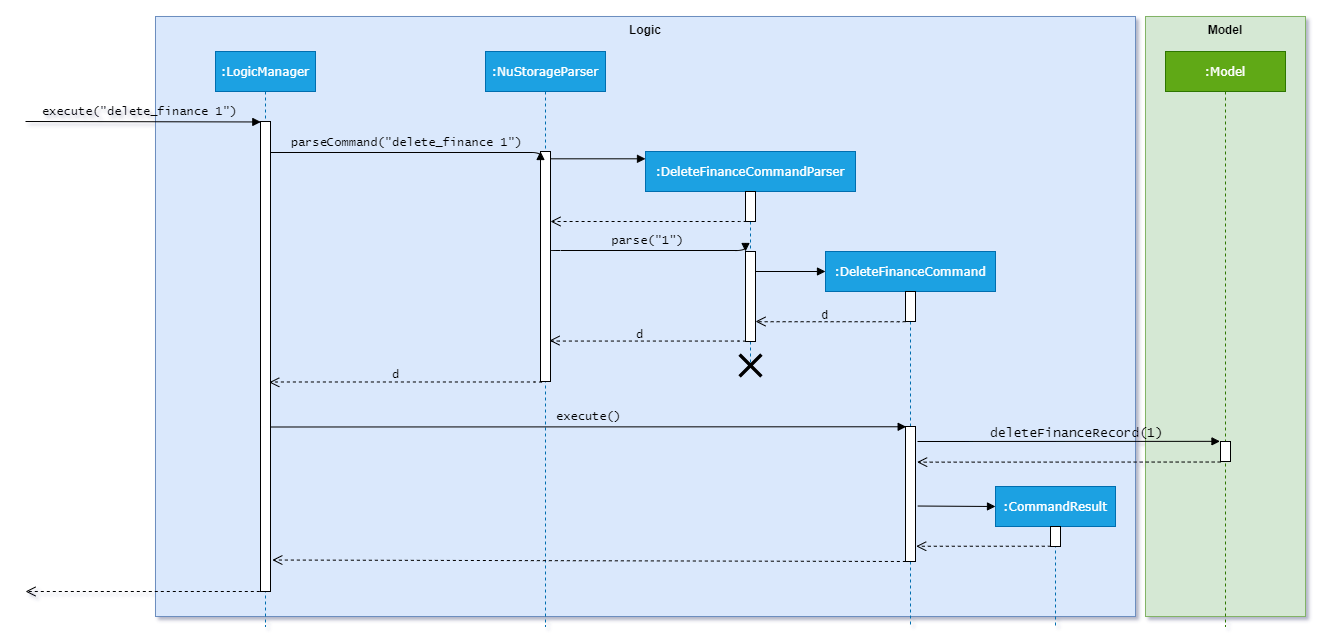
Above: docs/images/DeleteFinanceSequenceDiagram.png in nus-cs2103-AY2021S1/tp (draw.io), before the change. Source tidied: cells renumbered, new cells last; positions are measured from the earlier drawing's top-left corner, leaving out a move shared by most shapes.
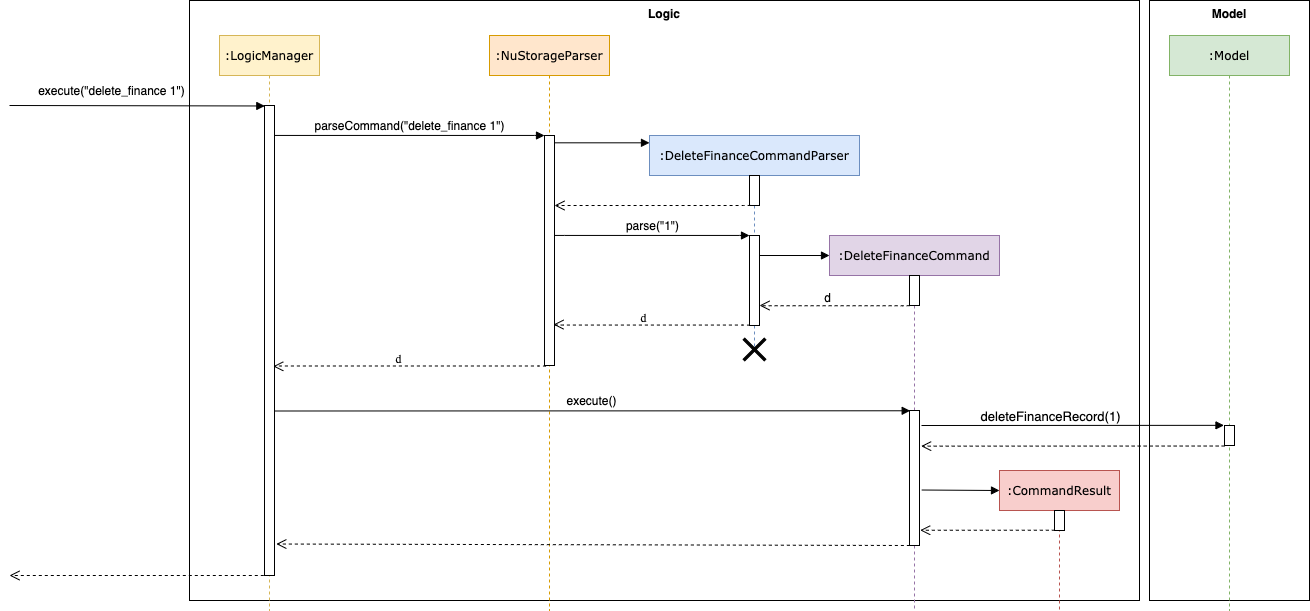
After the change.

Commit message:
Clean up diagrams

Change to the diagram source:
```diff
@@ -2,19 +2,19 @@
   <root>
     <mxCell id="0" />
     <mxCell id="1" parent="0" />
-    <mxCell id="2" value="&lt;b&gt;Model&lt;/b&gt;" style="rounded=0;whiteSpace=wrap;html=1;labelPosition=center;verticalLabelPosition=middle;align=center;verticalAlign=top;fillColor=#d5e8d4;strokeColor=#82b366;" parent="1" vertex="1">
+    <mxCell id="2" value="&lt;b&gt;Model&lt;/b&gt;" style="rounded=0;whiteSpace=wrap;html=1;labelPosition=center;verticalLabelPosition=middle;align=center;verticalAlign=top;" parent="1" vertex="1">
       <mxGeometry x="1120" width="160" height="600" as="geometry" />
     </mxCell>
-    <mxCell id="3" value="&lt;b&gt;Logic&lt;/b&gt;" style="rounded=0;whiteSpace=wrap;html=1;labelPosition=center;verticalLabelPosition=middle;align=center;verticalAlign=top;fillColor=#dae8fc;strokeColor=#6c8ebf;" parent="1" vertex="1">
-      <mxGeometry x="130" width="980" height="600" as="geometry" />
+    <mxCell id="3" value="&lt;b&gt;Logic&lt;/b&gt;" style="rounded=0;whiteSpace=wrap;html=1;labelPosition=center;verticalLabelPosition=middle;align=center;verticalAlign=top;" parent="1" vertex="1">
+      <mxGeometry x="160" width="950" height="600" as="geometry" />
     </mxCell>
-    <mxCell id="4" value=":NuStorageParser" style="shape=umlLifeline;perimeter=lifelinePerimeter;whiteSpace=wrap;html=1;rounded=0;shadow=0;comic=0;labelBackgroundColor=none;strokeWidth=1;fontFamily=Verdana;fontSize=12;align=center;size=40;fillColor=#1ba1e2;strokeColor=#006EAF;fontColor=#ffffff;" parent="1" vertex="1">
+    <mxCell id="4" value=":NuStorageParser" style="shape=umlLifeline;perimeter=lifelinePerimeter;whiteSpace=wrap;html=1;rounded=0;shadow=0;comic=0;labelBackgroundColor=none;strokeWidth=1;fontFamily=Verdana;fontSize=12;align=center;size=40;fillColor=#ffe6cc;strokeColor=#d79b00;" parent="1" vertex="1">
       <mxGeometry x="460" y="35" width="120" height="575" as="geometry" />
     </mxCell>
     <mxCell id="5" style="html=1;points=[];perimeter=orthogonalPerimeter;rounded=0;shadow=0;comic=0;labelBackgroundColor=none;strokeWidth=1;fontFamily=Verdana;fontSize=12;align=center;" parent="4" vertex="1">
       <mxGeometry x="55" y="100" width="10" height="230" as="geometry" />
     </mxCell>
-    <mxCell id="6" value=":DeleteFinanceCommandParser" style="shape=umlLifeline;perimeter=lifelinePerimeter;whiteSpace=wrap;html=1;outlineConnect=0;rounded=0;shadow=0;comic=0;labelBackgroundColor=none;strokeWidth=1;fontFamily=Verdana;fontSize=12;align=center;fillColor=#1ba1e2;strokeColor=#006EAF;fontColor=#ffffff;" parent="1" vertex="1">
+    <mxCell id="6" value=":DeleteFinanceCommandParser" style="shape=umlLifeline;perimeter=lifelinePerimeter;whiteSpace=wrap;html=1;outlineConnect=0;rounded=0;shadow=0;comic=0;labelBackgroundColor=none;strokeWidth=1;fontFamily=Verdana;fontSize=12;align=center;fillColor=#dae8fc;strokeColor=#6c8ebf;" parent="1" vertex="1">
       <mxGeometry x="620" y="135" width="210" height="215" as="geometry" />
     </mxCell>
     <mxCell id="7" style="html=1;points=[];perimeter=orthogonalPerimeter;rounded=0;shadow=0;comic=0;labelBackgroundColor=none;strokeWidth=1;fontFamily=Verdana;fontSize=12;align=center;" parent="6" vertex="1">
@@ -23,26 +23,26 @@
     <mxCell id="8" style="html=1;points=[];perimeter=orthogonalPerimeter;rounded=0;shadow=0;comic=0;labelBackgroundColor=none;strokeWidth=1;fontFamily=Verdana;fontSize=12;align=center;" parent="6" vertex="1">
       <mxGeometry x="100" y="100" width="10" height="90" as="geometry" />
     </mxCell>
-    <mxCell id="9" value="&lt;font face=&quot;Lucida Console&quot;&gt;parse(&quot;1&quot;)&lt;/font&gt;" style="html=1;verticalAlign=bottom;endArrow=block;labelBackgroundColor=none;fontFamily=Verdana;fontSize=12;edgeStyle=elbowEdgeStyle;elbow=vertical;entryX=0;entryY=0;entryDx=0;entryDy=0;entryPerimeter=0;" parent="6" edge="1" target="8">
+    <mxCell id="9" value="&lt;font face=&quot;Helvetica&quot;&gt;parse(&quot;1&quot;)&lt;/font&gt;" style="html=1;verticalAlign=bottom;endArrow=block;labelBackgroundColor=none;fontFamily=Verdana;fontSize=12;edgeStyle=elbowEdgeStyle;elbow=vertical;entryX=0;entryY=0;entryDx=0;entryDy=0;entryPerimeter=0;" parent="6" edge="1" target="8">
       <mxGeometry relative="1" as="geometry">
         <mxPoint x="-95" y="100" as="sourcePoint" />
       </mxGeometry>
     </mxCell>
-    <mxCell id="10" value=":LogicManager" style="shape=umlLifeline;perimeter=lifelinePerimeter;whiteSpace=wrap;html=1;rounded=0;shadow=0;comic=0;labelBackgroundColor=none;strokeWidth=1;fontFamily=Verdana;fontSize=12;align=center;fillColor=#1ba1e2;strokeColor=#006EAF;fontColor=#ffffff;" parent="1" vertex="1">
+    <mxCell id="10" value=":LogicManager" style="shape=umlLifeline;perimeter=lifelinePerimeter;whiteSpace=wrap;html=1;rounded=0;shadow=0;comic=0;labelBackgroundColor=none;strokeWidth=1;fontFamily=Verdana;fontSize=12;align=center;fillColor=#fff2cc;strokeColor=#d6b656;" parent="1" vertex="1">
       <mxGeometry x="190" y="35" width="100" height="575" as="geometry" />
     </mxCell>
     <mxCell id="11" style="html=1;points=[];perimeter=orthogonalPerimeter;rounded=0;shadow=0;comic=0;labelBackgroundColor=none;strokeWidth=1;fontFamily=Verdana;fontSize=12;align=center;" parent="10" vertex="1">
       <mxGeometry x="45" y="70" width="10" height="470" as="geometry" />
     </mxCell>
-    <mxCell id="12" value="&lt;font face=&quot;Lucida Console&quot;&gt;parseCommand(&quot;delete_finance&amp;nbsp;1&quot;)&lt;/font&gt;" style="html=1;verticalAlign=bottom;endArrow=block;entryX=0;entryY=0;labelBackgroundColor=none;fontFamily=Verdana;fontSize=12;edgeStyle=elbowEdgeStyle;elbow=vertical;" parent="1" edge="1" source="11" target="5">
+    <mxCell id="12" value="&lt;font face=&quot;Helvetica&quot;&gt;parseCommand(&quot;delete_finance&amp;nbsp;1&quot;)&lt;/font&gt;" style="html=1;verticalAlign=bottom;endArrow=block;entryX=0;entryY=0;labelBackgroundColor=none;fontFamily=Verdana;fontSize=12;edgeStyle=elbowEdgeStyle;elbow=vertical;" parent="1" edge="1" source="11" target="5">
       <mxGeometry relative="1" as="geometry" />
     </mxCell>
     <mxCell id="13" style="html=1;verticalAlign=bottom;endArrow=block;labelBackgroundColor=none;fontFamily=Verdana;fontSize=12;elbow=vertical;entryX=0;entryY=0.034;entryDx=0;entryDy=0;entryPerimeter=0;" parent="1" edge="1" source="5" target="6">
       <mxGeometry relative="1" as="geometry" />
     </mxCell>
-    <mxCell id="14" value="&lt;font face=&quot;Lucida Console&quot;&gt;execute(&quot;delete_finance 1&quot;)&lt;/font&gt;" style="html=1;verticalAlign=bottom;endArrow=block;labelBackgroundColor=none;fontFamily=Verdana;fontSize=12;elbow=vertical;entryX=0.032;entryY=0.001;entryDx=0;entryDy=0;entryPerimeter=0;" parent="1" edge="1" target="11">
-      <mxGeometry x="-0.03" relative="1" as="geometry">
-        <mxPoint y="105" as="sourcePoint" />
+    <mxCell id="14" value="&lt;font face=&quot;Helvetica&quot;&gt;execute(&quot;delete_finance 1&quot;)&lt;/font&gt;" style="html=1;verticalAlign=bottom;endArrow=block;labelBackgroundColor=none;fontFamily=Verdana;fontSize=12;elbow=vertical;entryX=0.032;entryY=0.001;entryDx=0;entryDy=0;entryPerimeter=0;" parent="1" edge="1" target="11">
+      <mxGeometry x="-0.2" y="5" relative="1" as="geometry">
+        <mxPoint x="-20" y="105" as="sourcePoint" />
       </mxGeometry>
     </mxCell>
     <mxCell id="15" style="html=1;verticalAlign=bottom;endArrow=open;dashed=1;endSize=8;labelBackgroundColor=none;fontFamily=Verdana;fontSize=12;edgeStyle=elbowEdgeStyle;elbow=vertical;exitX=0.095;exitY=0.992;exitDx=0;exitDy=0;exitPerimeter=0;" parent="1" edge="1" source="7" target="5">
@@ -53,7 +53,7 @@
         </Array>
       </mxGeometry>
     </mxCell>
-    <mxCell id="16" value=":DeleteFinanceCommand" style="shape=umlLifeline;perimeter=lifelinePerimeter;whiteSpace=wrap;html=1;rounded=0;shadow=0;comic=0;labelBackgroundColor=none;strokeWidth=1;fontFamily=Verdana;fontSize=12;align=center;fillColor=#1ba1e2;strokeColor=#006EAF;fontColor=#ffffff;" parent="1" vertex="1">
+    <mxCell id="16" value=":DeleteFinanceCommand" style="shape=umlLifeline;perimeter=lifelinePerimeter;whiteSpace=wrap;html=1;rounded=0;shadow=0;comic=0;labelBackgroundColor=none;strokeWidth=1;fontFamily=Verdana;fontSize=12;align=center;fillColor=#e1d5e7;strokeColor=#9673a6;" parent="1" vertex="1">
       <mxGeometry x="800" y="235" width="170" height="375" as="geometry" />
     </mxCell>
     <mxCell id="17" style="html=1;perimeter=orthogonalPerimeter;rounded=0;shadow=0;comic=0;labelBackgroundColor=none;strokeWidth=1;fontFamily=Verdana;fontSize=12;align=center;" parent="16" vertex="1">
@@ -104,10 +104,10 @@
     <mxCell id="25" value="&lt;font face=&quot;Lucida Console&quot; style=&quot;font-size: 12px&quot;&gt;d&lt;/font&gt;" style="edgeLabel;html=1;align=center;verticalAlign=bottom;labelPosition=center;verticalLabelPosition=top;labelBackgroundColor=none;" parent="24" vertex="1">
       <mxGeometry x="0.09" y="1" relative="1" as="geometry" />
     </mxCell>
-    <mxCell id="26" value="&lt;font face=&quot;Lucida Console&quot;&gt;execute()&lt;/font&gt;" style="html=1;verticalAlign=bottom;endArrow=block;labelBackgroundColor=none;fontFamily=Verdana;fontSize=12;elbow=vertical;exitX=0.969;exitY=0.65;exitDx=0;exitDy=0;exitPerimeter=0;entryX=0.068;entryY=0.002;entryDx=0;entryDy=0;entryPerimeter=0;" parent="1" edge="1" source="11" target="18">
+    <mxCell id="26" value="&lt;font face=&quot;Helvetica&quot;&gt;execute()&lt;/font&gt;" style="html=1;verticalAlign=bottom;endArrow=block;labelBackgroundColor=none;fontFamily=Verdana;fontSize=12;elbow=vertical;exitX=0.969;exitY=0.65;exitDx=0;exitDy=0;exitPerimeter=0;entryX=0.068;entryY=0.002;entryDx=0;entryDy=0;entryPerimeter=0;" parent="1" edge="1" source="11" target="18">
       <mxGeometry relative="1" as="geometry" />
     </mxCell>
-    <mxCell id="27" value=":Model" style="shape=umlLifeline;perimeter=lifelinePerimeter;whiteSpace=wrap;html=1;rounded=0;shadow=0;comic=0;labelBackgroundColor=none;strokeWidth=1;fontFamily=Verdana;fontSize=12;align=center;size=40;fillColor=#60a917;strokeColor=#2D7600;fontColor=#ffffff;" parent="1" vertex="1">
+    <mxCell id="27" value=":Model" style="shape=umlLifeline;perimeter=lifelinePerimeter;whiteSpace=wrap;html=1;rounded=0;shadow=0;comic=0;labelBackgroundColor=none;strokeWidth=1;fontFamily=Verdana;fontSize=12;align=center;size=40;fillColor=#d5e8d4;strokeColor=#82b366;" parent="1" vertex="1">
       <mxGeometry x="1140" y="35" width="120" height="575" as="geometry" />
     </mxCell>
     <mxCell id="28" style="html=1;points=[];perimeter=orthogonalPerimeter;rounded=0;shadow=0;comic=0;labelBackgroundColor=none;strokeWidth=1;fontFamily=Verdana;fontSize=12;align=center;" parent="27" vertex="1">
@@ -118,15 +118,15 @@
         <mxPoint x="892" y="425" as="sourcePoint" />
       </mxGeometry>
     </mxCell>
-    <mxCell id="30" value="&lt;font face=&quot;Lucida Console&quot;&gt;deleteFinanceRecord(1)&lt;/font&gt;" style="edgeLabel;html=1;align=center;verticalAlign=bottom;fontSize=13.0667;labelBackgroundColor=none;labelPosition=center;verticalLabelPosition=top;" parent="29" vertex="1">
+    <mxCell id="30" value="deleteFinanceRecord(1)" style="edgeLabel;html=1;align=center;verticalAlign=bottom;fontSize=13.0667;labelBackgroundColor=none;labelPosition=center;verticalLabelPosition=top;" parent="29" vertex="1">
       <mxGeometry x="-0.23" y="-1" relative="1" as="geometry">
-        <mxPoint x="41.5" y="-0.9" as="offset" />
+        <mxPoint x="12" y="-0.9" as="offset" />
       </mxGeometry>
     </mxCell>
     <mxCell id="31" style="html=1;verticalAlign=bottom;endArrow=open;dashed=1;endSize=8;labelBackgroundColor=none;fontFamily=Verdana;fontSize=12;elbow=vertical;exitX=0.019;exitY=1.026;exitDx=0;exitDy=0;exitPerimeter=0;entryX=1.16;entryY=0.264;entryDx=0;entryDy=0;entryPerimeter=0;" parent="1" edge="1" source="28" target="18">
       <mxGeometry relative="1" as="geometry" />
     </mxCell>
-    <mxCell id="32" value=":CommandResult" style="shape=umlLifeline;perimeter=lifelinePerimeter;whiteSpace=wrap;html=1;rounded=0;shadow=0;comic=0;labelBackgroundColor=none;strokeWidth=1;fontFamily=Verdana;fontSize=12;align=center;fillColor=#1ba1e2;strokeColor=#006EAF;fontColor=#ffffff;" parent="1" vertex="1">
+    <mxCell id="32" value=":CommandResult" style="shape=umlLifeline;perimeter=lifelinePerimeter;whiteSpace=wrap;html=1;rounded=0;shadow=0;comic=0;labelBackgroundColor=none;strokeWidth=1;fontFamily=Verdana;fontSize=12;align=center;fillColor=#f8cecc;strokeColor=#b85450;" parent="1" vertex="1">
       <mxGeometry x="970" y="470" width="120" height="140" as="geometry" />
     </mxCell>
     <mxCell id="33" style="html=1;points=[];perimeter=orthogonalPerimeter;rounded=0;shadow=0;comic=0;labelBackgroundColor=none;strokeWidth=1;fontFamily=Verdana;fontSize=12;align=center;" parent="32" vertex="1">
@@ -145,7 +145,7 @@
     </mxCell>
     <mxCell id="37" style="html=1;verticalAlign=bottom;endArrow=open;dashed=1;endSize=8;labelBackgroundColor=none;fontFamily=Verdana;fontSize=12;elbow=vertical;exitX=-0.069;exitY=1;exitDx=0;exitDy=0;exitPerimeter=0;" parent="1" edge="1" source="11">
       <mxGeometry relative="1" as="geometry">
-        <mxPoint y="575" as="targetPoint" />
+        <mxPoint x="-20" y="575" as="targetPoint" />
       </mxGeometry>
     </mxCell>
     <mxCell id="38" style="shape=cross;whiteSpace=wrap;html=1;rounded=0;labelBackgroundColor=none;fontSize=13.0667;rotation=-45;size=0.07506363982748591;fillColor=#000000;" parent="1" vertex="1">
```
